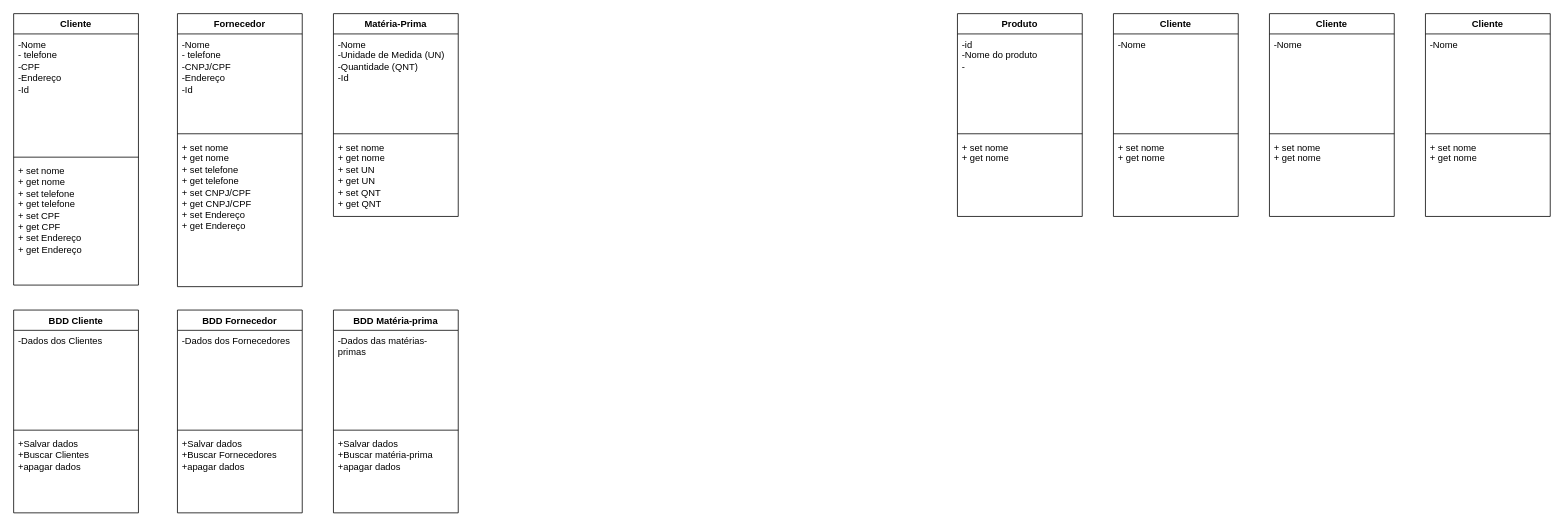
Earlier version of the draw.io diagram page "Diagrama de Classes" (9 of 9) of Doc/Fluxograma com algumas telas.drawio (matheusvenanciodossantos/Diagrama). Source tidied: cells renumbered, new cells numbered last; positions are measured from the earlier drawing's top-left corner, leaving out a move shared by most shapes. Both pictures are drawn from the tidied source at 78%, with x=0, y=0 at pixel (13, 13).
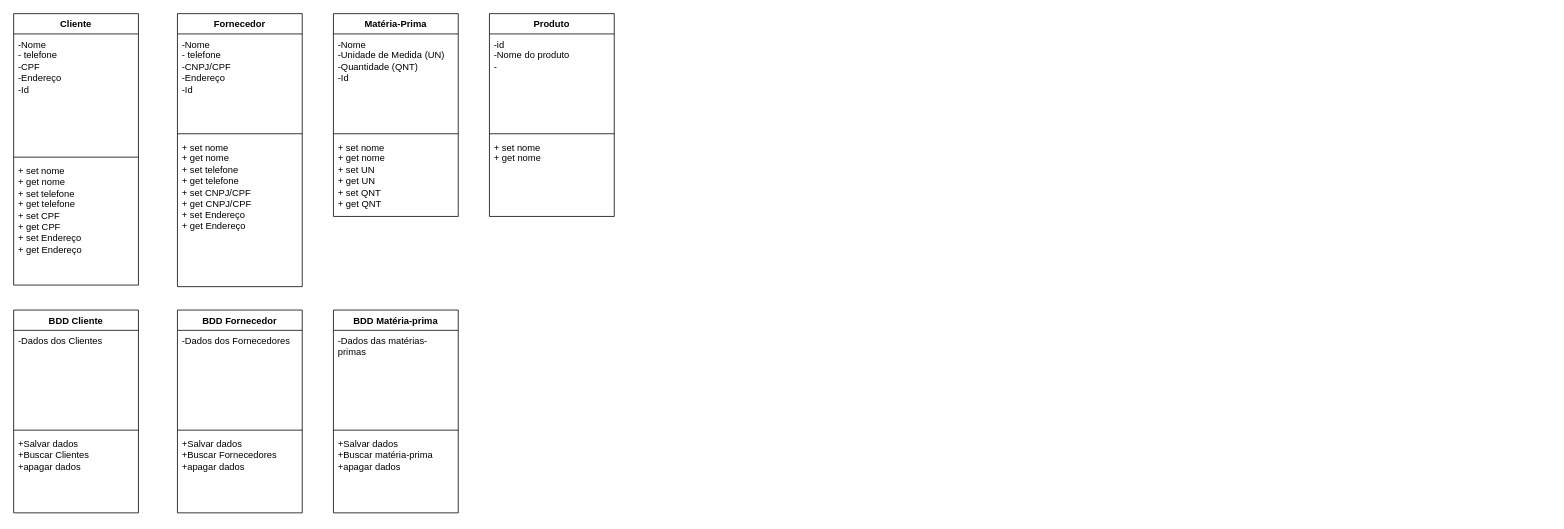
The same page after the edit.

Change to the diagram source:
```diff
@@
     <mxCell id="18" value="Produto" style="swimlane;fontStyle=1;align=center;verticalAlign=top;horizontal=1;startSize=26;whiteSpace=wrap;html=1;" parent="1" vertex="1">
-      <mxGeometry x="1210" width="160" height="260" as="geometry" />
+      <mxGeometry x="610" width="160" height="260" as="geometry" />
     </mxCell>
@@
-    <mxCell id="22" value="Cliente" style="swimlane;fontStyle=1;align=center;verticalAlign=top;horizontal=1;startSize=26;whiteSpace=wrap;html=1;" parent="1" vertex="1">
-      <mxGeometry x="1410" width="160" height="260" as="geometry" />
-    </mxCell>
-    <mxCell id="23" value="-Nome" style="text;strokeColor=none;fillColor=none;align=left;verticalAlign=top;spacingLeft=4;spacingRight=4;overflow=hidden;whiteSpace=wrap;html=1;" parent="22" vertex="1">
-      <mxGeometry y="26" width="160" height="124" as="geometry" />
-    </mxCell>
-    <mxCell id="24" style="line;strokeWidth=1;fillColor=none;align=left;verticalAlign=middle;spacingTop=-1;spacingLeft=3;spacingRight=3;labelPosition=right;strokeColor=inherit;" parent="22" vertex="1">
-      <mxGeometry y="150" width="160" height="8" as="geometry" />
-    </mxCell>
-    <mxCell id="25" value="+ set nome&lt;div&gt;+ get nome&lt;/div&gt;" style="text;strokeColor=none;fillColor=none;align=left;verticalAlign=top;spacingLeft=4;spacingRight=4;overflow=hidden;whiteSpace=wrap;html=1;" parent="22" vertex="1">
-      <mxGeometry y="158" width="160" height="102" as="geometry" />
-    </mxCell>
-    <mxCell id="26" value="Cliente" style="swimlane;fontStyle=1;align=center;verticalAlign=top;horizontal=1;startSize=26;whiteSpace=wrap;html=1;" parent="1" vertex="1">
-      <mxGeometry x="1610" width="160" height="260" as="geometry" />
-    </mxCell>
-    <mxCell id="27" value="-Nome" style="text;strokeColor=none;fillColor=none;align=left;verticalAlign=top;spacingLeft=4;spacingRight=4;overflow=hidden;whiteSpace=wrap;html=1;" parent="26" vertex="1">
-      <mxGeometry y="26" width="160" height="124" as="geometry" />
-    </mxCell>
-    <mxCell id="28" style="line;strokeWidth=1;fillColor=none;align=left;verticalAlign=middle;spacingTop=-1;spacingLeft=3;spacingRight=3;labelPosition=right;strokeColor=inherit;" parent="26" vertex="1">
-      <mxGeometry y="150" width="160" height="8" as="geometry" />
-    </mxCell>
-    <mxCell id="29" value="+ set nome&lt;div&gt;+ get nome&lt;/div&gt;" style="text;strokeColor=none;fillColor=none;align=left;verticalAlign=top;spacingLeft=4;spacingRight=4;overflow=hidden;whiteSpace=wrap;html=1;" parent="26" vertex="1">
-      <mxGeometry y="158" width="160" height="102" as="geometry" />
-    </mxCell>
-    <mxCell id="30" value="Cliente" style="swimlane;fontStyle=1;align=center;verticalAlign=top;horizontal=1;startSize=26;whiteSpace=wrap;html=1;" parent="1" vertex="1">
-      <mxGeometry x="1810" width="160" height="260" as="geometry" />
-    </mxCell>
-    <mxCell id="31" value="-Nome" style="text;strokeColor=none;fillColor=none;align=left;verticalAlign=top;spacingLeft=4;spacingRight=4;overflow=hidden;whiteSpace=wrap;html=1;" parent="30" vertex="1">
-      <mxGeometry y="26" width="160" height="124" as="geometry" />
-    </mxCell>
-    <mxCell id="32" style="line;strokeWidth=1;fillColor=none;align=left;verticalAlign=middle;spacingTop=-1;spacingLeft=3;spacingRight=3;labelPosition=right;strokeColor=inherit;" parent="30" vertex="1">
-      <mxGeometry y="150" width="160" height="8" as="geometry" />
-    </mxCell>
-    <mxCell id="33" value="+ set nome&lt;div&gt;+ get nome&lt;/div&gt;" style="text;strokeColor=none;fillColor=none;align=left;verticalAlign=top;spacingLeft=4;spacingRight=4;overflow=hidden;whiteSpace=wrap;html=1;" parent="30" vertex="1">
-      <mxGeometry y="158" width="160" height="102" as="geometry" />
-    </mxCell>
```
